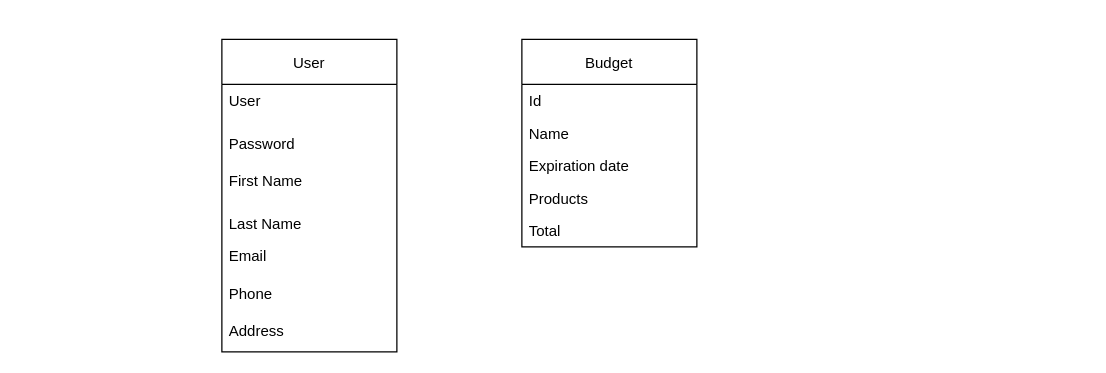
Above: Diagrama sin título.drawio in matiaschiodo/docker-rails (draw.io), before the change. Source tidied: cells renumbered, new cells numbered last; positions are measured from the earlier drawing's top-left corner, leaving out a move shared by most shapes. Both pictures are drawn from the tidied source at 125%, with x=0, y=0 at pixel (221, 39).
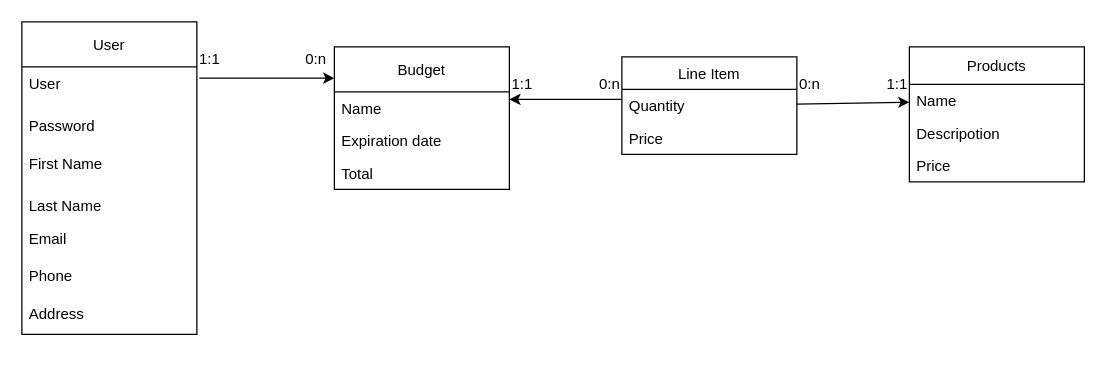
After the change.

The change refers to these unchanged cells:
```xml
<mxCell id="3" value="User" style="text;strokeColor=none;fillColor=none;align=left;verticalAlign=top;spacingLeft=4;spacingRight=4;overflow=hidden;points=[[0,0.5],[1,0.5]];portConstraint=eastwest;" parent="2" vertex="1">
  <mxGeometry y="36" width="140" height="34" as="geometry" />
</mxCell>
```

What changed in the source:
```diff
@@
+    <mxCell id="16" style="edgeStyle=none;rounded=0;jettySize=auto;html=1;exitX=1.014;exitY=0.265;exitDx=0;exitDy=0;exitPerimeter=0;" parent="1" edge="1" source="3">
+      <mxGeometry relative="1" as="geometry">
+        <mxPoint x="90" y="31" as="targetPoint" />
+      </mxGeometry>
+    </mxCell>
     <mxCell id="2" value="User" style="swimlane;fontStyle=0;horizontal=1;startSize=36;fillColor=none;" parent="1" vertex="1">
-      <mxGeometry width="140" height="250" as="geometry" />
+      <mxGeometry x="-160" y="-14" width="140" height="250" as="geometry" />
     </mxCell>
@@
     <mxCell id="10" value="Budget" style="swimlane;fontStyle=0;horizontal=1;startSize=36;fillColor=none;" parent="1" vertex="1">
-      <mxGeometry x="240" width="140" height="166" as="geometry" />
+      <mxGeometry x="90" y="6" width="140" height="114" as="geometry" />
     </mxCell>
-    <mxCell id="11" value="Id" style="text;strokeColor=none;fillColor=none;align=left;verticalAlign=top;spacingLeft=4;spacingRight=4;overflow=hidden;" parent="10" vertex="1">
-      <mxGeometry y="36" width="140" height="26" as="geometry" />
-    </mxCell>
     <mxCell id="12" value="Name" style="text;strokeColor=none;fillColor=none;align=left;verticalAlign=top;spacingLeft=4;spacingRight=4;overflow=hidden;points=[[0,0.5],[1,0.5]];portConstraint=eastwest;" parent="10" vertex="1">
-      <mxGeometry y="62" width="140" height="26" as="geometry" />
+      <mxGeometry y="36" width="140" height="26" as="geometry" />
     </mxCell>
     <mxCell id="13" value="Expiration date" style="text;strokeColor=none;fillColor=none;align=left;verticalAlign=top;spacingLeft=4;spacingRight=4;overflow=hidden;" parent="10" vertex="1">
-      <mxGeometry y="88" width="140" height="26" as="geometry" />
+      <mxGeometry y="62" width="140" height="26" as="geometry" />
     </mxCell>
+    <mxCell id="15" value="Total" style="text;strokeColor=none;fillColor=none;align=left;verticalAlign=top;spacingLeft=4;spacingRight=4;overflow=hidden;" parent="10" vertex="1">
+      <mxGeometry y="88" width="140" height="26" as="geometry" />
+    </mxCell>
-    <mxCell id="14" value="Products" style="text;strokeColor=none;fillColor=none;align=left;verticalAlign=top;spacingLeft=4;spacingRight=4;overflow=hidden;" parent="10" vertex="1">
-      <mxGeometry y="114" width="140" height="26" as="geometry" />
+    <mxCell id="14" value="Products" style="swimlane;fontStyle=0;horizontal=1;startSize=30;fillColor=none;" parent="1" vertex="1">
+      <mxGeometry x="550" y="6" width="140" height="108" as="geometry" />
     </mxCell>
-    <mxCell id="15" value="Total" style="text;strokeColor=none;fillColor=none;align=left;verticalAlign=top;spacingLeft=4;spacingRight=4;overflow=hidden;" parent="10" vertex="1">
-      <mxGeometry y="140" width="140" height="26" as="geometry" />
-    </mxCell>
+    <mxCell id="17" value="Name" style="text;strokeColor=none;fillColor=none;align=left;verticalAlign=top;spacingLeft=4;spacingRight=4;overflow=hidden;points=[[0,0.5],[1,0.5]];portConstraint=eastwest;" parent="14" vertex="1">
+      <mxGeometry y="30" width="140" height="26" as="geometry" />
+    </mxCell>
+    <mxCell id="18" value="Descripotion" style="text;strokeColor=none;fillColor=none;align=left;verticalAlign=top;spacingLeft=4;spacingRight=4;overflow=hidden;" parent="14" vertex="1">
+      <mxGeometry y="56" width="140" height="26" as="geometry" />
+    </mxCell>
+    <mxCell id="19" value="Price" style="text;strokeColor=none;fillColor=none;align=left;verticalAlign=top;spacingLeft=4;spacingRight=4;overflow=hidden;" parent="14" vertex="1">
+      <mxGeometry y="82" width="140" height="26" as="geometry" />
+    </mxCell>
+    <mxCell id="20" style="rounded=0;jettySize=auto;html=1;align=center;" parent="1" edge="1" source="22" target="17">
+      <mxGeometry relative="1" as="geometry" />
+    </mxCell>
+    <mxCell id="21" style="edgeStyle=none;rounded=0;jettySize=auto;html=1;entryX=1;entryY=0.231;entryDx=0;entryDy=0;entryPerimeter=0;" parent="1" edge="1" target="12">
+      <mxGeometry relative="1" as="geometry">
+        <mxPoint x="320" y="48" as="sourcePoint" />
+      </mxGeometry>
+    </mxCell>
+    <mxCell id="22" value="Line Item" style="swimlane;fontStyle=0;horizontal=1;startSize=26;fillColor=none;" parent="1" vertex="1">
+      <mxGeometry x="320" y="14" width="140" height="78" as="geometry" />
+    </mxCell>
+    <mxCell id="23" value="Quantity" style="text;strokeColor=none;fillColor=none;align=left;verticalAlign=top;spacingLeft=4;spacingRight=4;overflow=hidden;" parent="22" vertex="1">
+      <mxGeometry y="26" width="140" height="26" as="geometry" />
+    </mxCell>
+    <mxCell id="24" value="Price" style="text;strokeColor=none;fillColor=none;align=left;verticalAlign=top;spacingLeft=4;spacingRight=4;overflow=hidden;" parent="22" vertex="1">
+      <mxGeometry y="52" width="140" height="26" as="geometry" />
+    </mxCell>
+    <mxCell id="25" value="1:1" style="text;html=1;align=center;verticalAlign=middle;strokeColor=none;fillColor=none;" parent="1" vertex="1">
+      <mxGeometry x="520" y="21" width="40" height="30" as="geometry" />
+    </mxCell>
+    <mxCell id="26" value="0:n" style="text;html=1;align=center;verticalAlign=middle;strokeColor=none;fillColor=none;" parent="1" vertex="1">
+      <mxGeometry x="450" y="21" width="40" height="30" as="geometry" />
+    </mxCell>
+    <mxCell id="27" value="0:n" style="text;html=1;align=center;verticalAlign=middle;strokeColor=none;fillColor=none;" parent="1" vertex="1">
+      <mxGeometry x="290" y="21" width="40" height="30" as="geometry" />
+    </mxCell>
+    <mxCell id="28" value="1:1" style="text;html=1;align=center;verticalAlign=middle;strokeColor=none;fillColor=none;" parent="1" vertex="1">
+      <mxGeometry x="220" y="21" width="40" height="30" as="geometry" />
+    </mxCell>
+    <mxCell id="29" value="0:n" style="text;html=1;align=center;verticalAlign=middle;strokeColor=none;fillColor=none;" parent="1" vertex="1">
+      <mxGeometry x="55" y="1" width="40" height="30" as="geometry" />
+    </mxCell>
+    <mxCell id="30" value="1:1" style="text;html=1;align=center;verticalAlign=middle;strokeColor=none;fillColor=none;" parent="1" vertex="1">
+      <mxGeometry x="-30" y="1" width="40" height="30" as="geometry" />
+    </mxCell>
```
